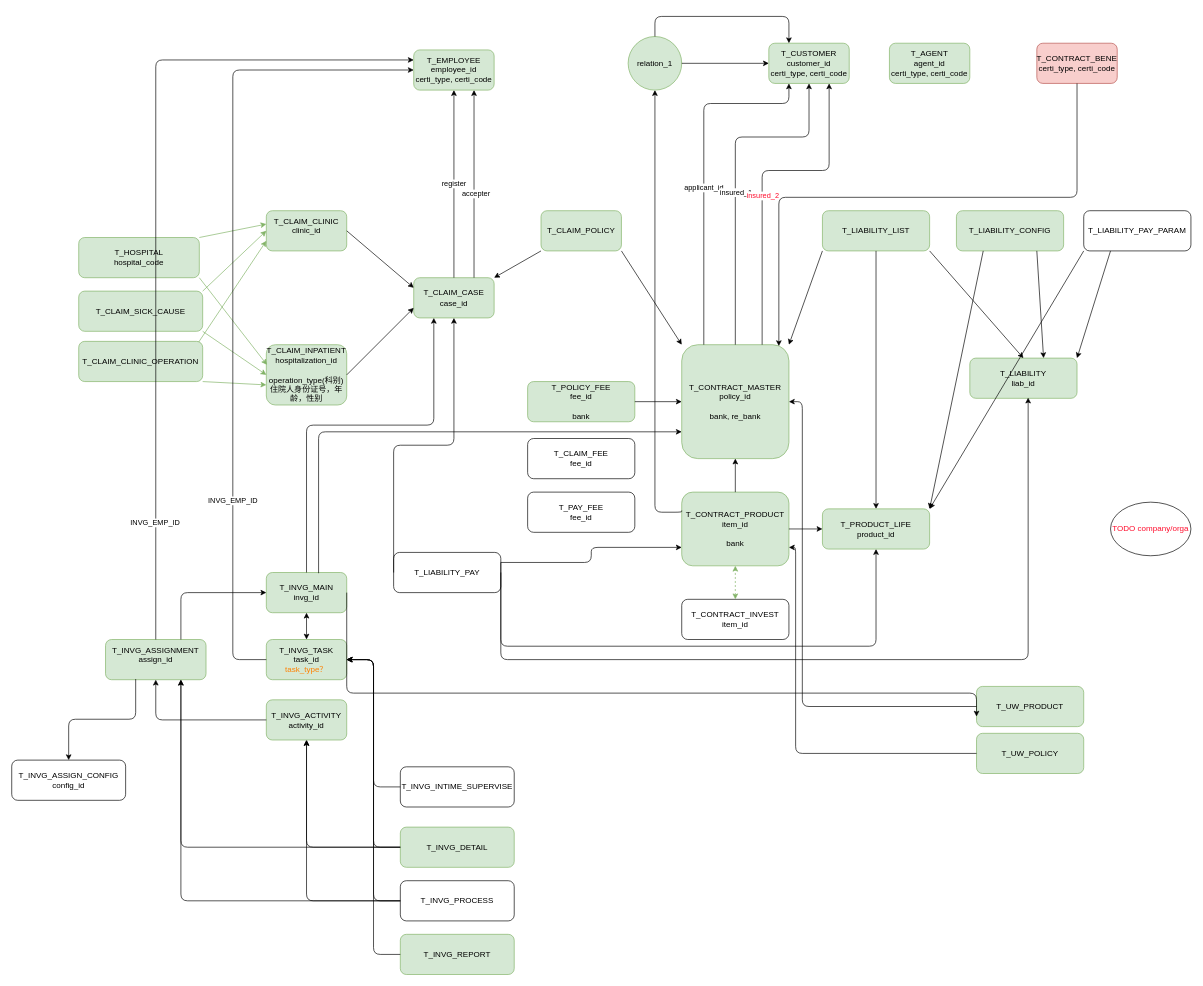
Before: taiping-data-arch.drawio in XiaoLiuAI/diagrams, a draw.io diagram. Source tidied: cells renumbered, new cells numbered last; positions are measured from the earlier drawing's top-left corner, leaving out a move shared by most shapes. Both pictures are drawn from the tidied source at 67%, with x=0, y=0 at pixel (11, 16).
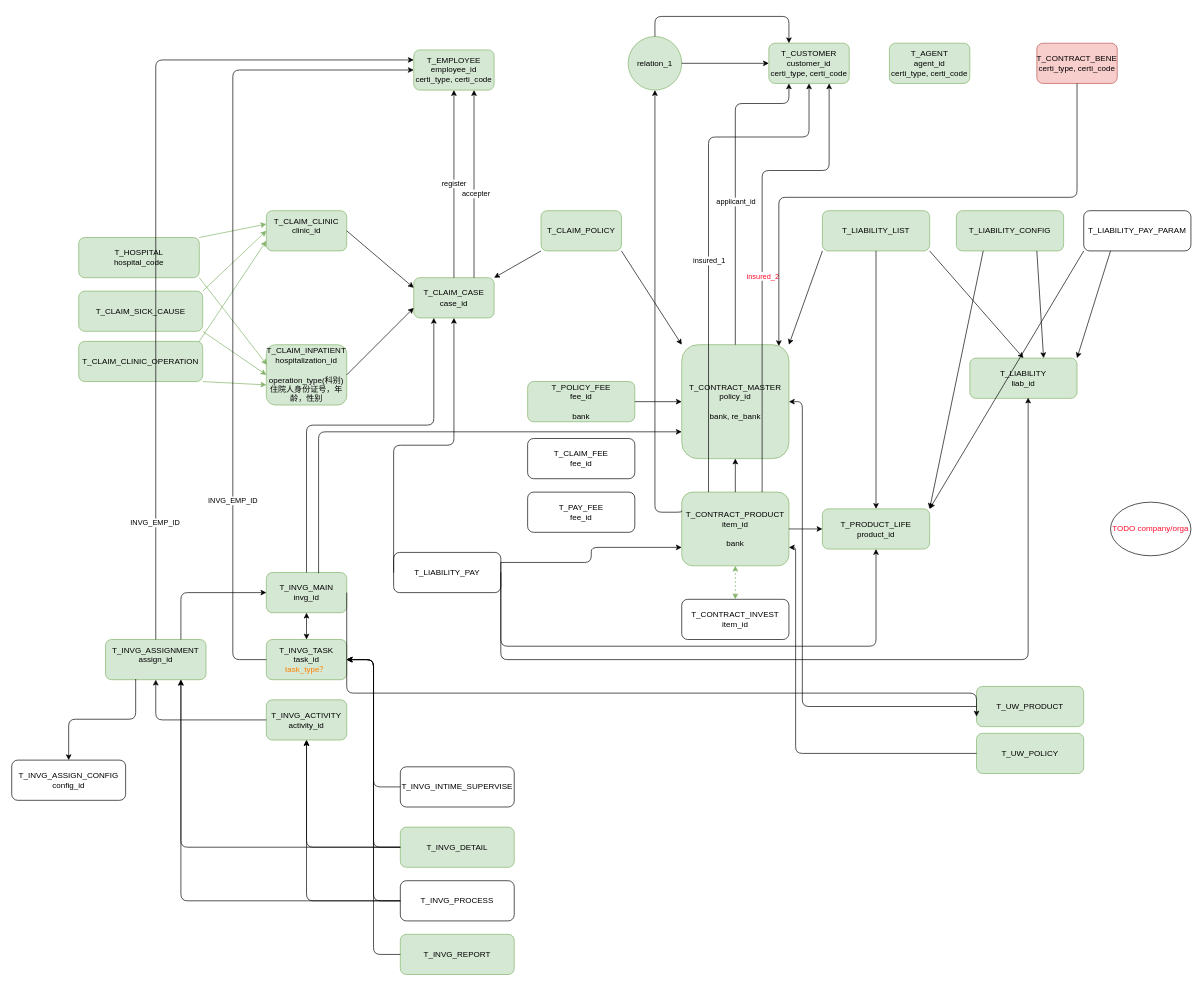
The same diagram, later.

Unchanged cells that the change refers to:
```xml
<mxCell id="5" value="T_CONTRACT_MASTER&lt;br&gt;policy_id&lt;br&gt;&lt;br&gt;bank, re_bank" style="rounded=1;whiteSpace=wrap;html=1;fillColor=#d5e8d4;strokeColor=#82b366;" parent="1" vertex="1">
  <mxGeometry x="1000" y="490" width="160" height="170" as="geometry" />
</mxCell>
<mxCell id="7" value="T_CONTRACT_PRODUCT&lt;br&gt;item_id&lt;br&gt;&lt;br&gt;bank" style="rounded=1;whiteSpace=wrap;html=1;fillColor=#d5e8d4;strokeColor=#82b366;" parent="1" vertex="1">
  <mxGeometry x="1000" y="710" width="160" height="110" as="geometry" />
</mxCell>
<mxCell id="30" value="T_CUSTOMER&lt;br&gt;customer_id&lt;br&gt;certi_type, certi_code" style="rounded=1;whiteSpace=wrap;html=1;fillColor=#d5e8d4;strokeColor=#82b366;" parent="1" vertex="1">
  <mxGeometry x="1130" y="40" width="120" height="60" as="geometry" />
</mxCell>
```

What changed in the source:
```diff
@@
-    <mxCell id="47" style="edgeStyle=elbowEdgeStyle;elbow=vertical;endArrow=classic;html=1;exitX=0.206;exitY=0;exitDx=0;exitDy=0;entryX=0.25;entryY=1;entryDx=0;entryDy=0;exitPerimeter=0;" parent="1" edge="1" source="5" target="30">
+    <mxCell id="47" style="edgeStyle=elbowEdgeStyle;elbow=vertical;endArrow=classic;html=1;exitX=0.5;exitY=0;exitDx=0;exitDy=0;entryX=0.25;entryY=1;entryDx=0;entryDy=0;" parent="1" edge="1" source="5" target="30">
       <mxGeometry relative="1" as="geometry">
         <Array as="points">
           <mxPoint x="1070" y="130" />
         </Array>
       </mxGeometry>
     </mxCell>
@@
-    <mxCell id="51" style="edgeStyle=elbowEdgeStyle;elbow=vertical;endArrow=classic;html=1;exitX=0.5;exitY=0;exitDx=0;exitDy=0;entryX=0.5;entryY=1;entryDx=0;entryDy=0;" parent="1" edge="1" source="5" target="30">
+    <mxCell id="51" style="edgeStyle=elbowEdgeStyle;elbow=vertical;endArrow=classic;html=1;exitX=0.25;exitY=0;exitDx=0;exitDy=0;entryX=0.5;entryY=1;entryDx=0;entryDy=0;" parent="1" edge="1" source="7" target="30">
       <mxGeometry relative="1" as="geometry">
         <Array as="points">
           <mxPoint x="1110" y="180" />
         </Array>
       </mxGeometry>
     </mxCell>
@@
-    <mxCell id="53" style="edgeStyle=elbowEdgeStyle;elbow=vertical;endArrow=classic;html=1;exitX=0.75;exitY=0;exitDx=0;exitDy=0;entryX=0.75;entryY=1;entryDx=0;entryDy=0;" parent="1" edge="1" source="5" target="30">
+    <mxCell id="53" style="edgeStyle=elbowEdgeStyle;elbow=vertical;endArrow=classic;html=1;exitX=0.75;exitY=0;exitDx=0;exitDy=0;entryX=0.75;entryY=1;entryDx=0;entryDy=0;" parent="1" edge="1" source="7" target="30">
       <mxGeometry relative="1" as="geometry">
         <Array as="points">
           <mxPoint x="1160" y="230" />
           <mxPoint x="960" y="250" />
         </Array>
       </mxGeometry>
     </mxCell>
```
